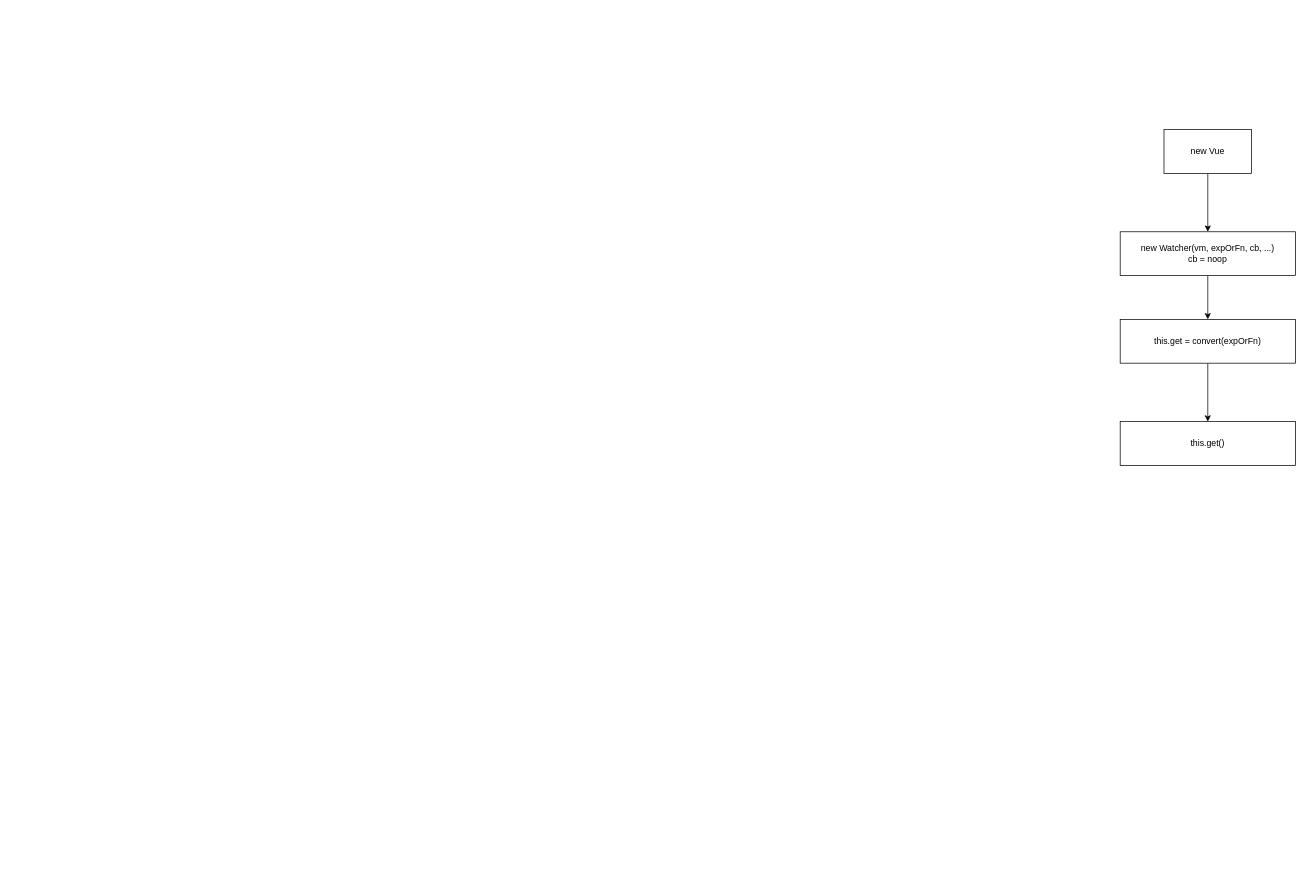
Before: assets/vue/watch相关相应分析.drawio in FoxDaxian/FoxDaxian.github.io, a draw.io diagram. Source tidied: cells renumbered, new cells numbered last; positions are measured from the earlier drawing's top-left corner, leaving out a move shared by most shapes. Both pictures are drawn from the tidied source at 73%, with x=0, y=0 at pixel (1120, 129).
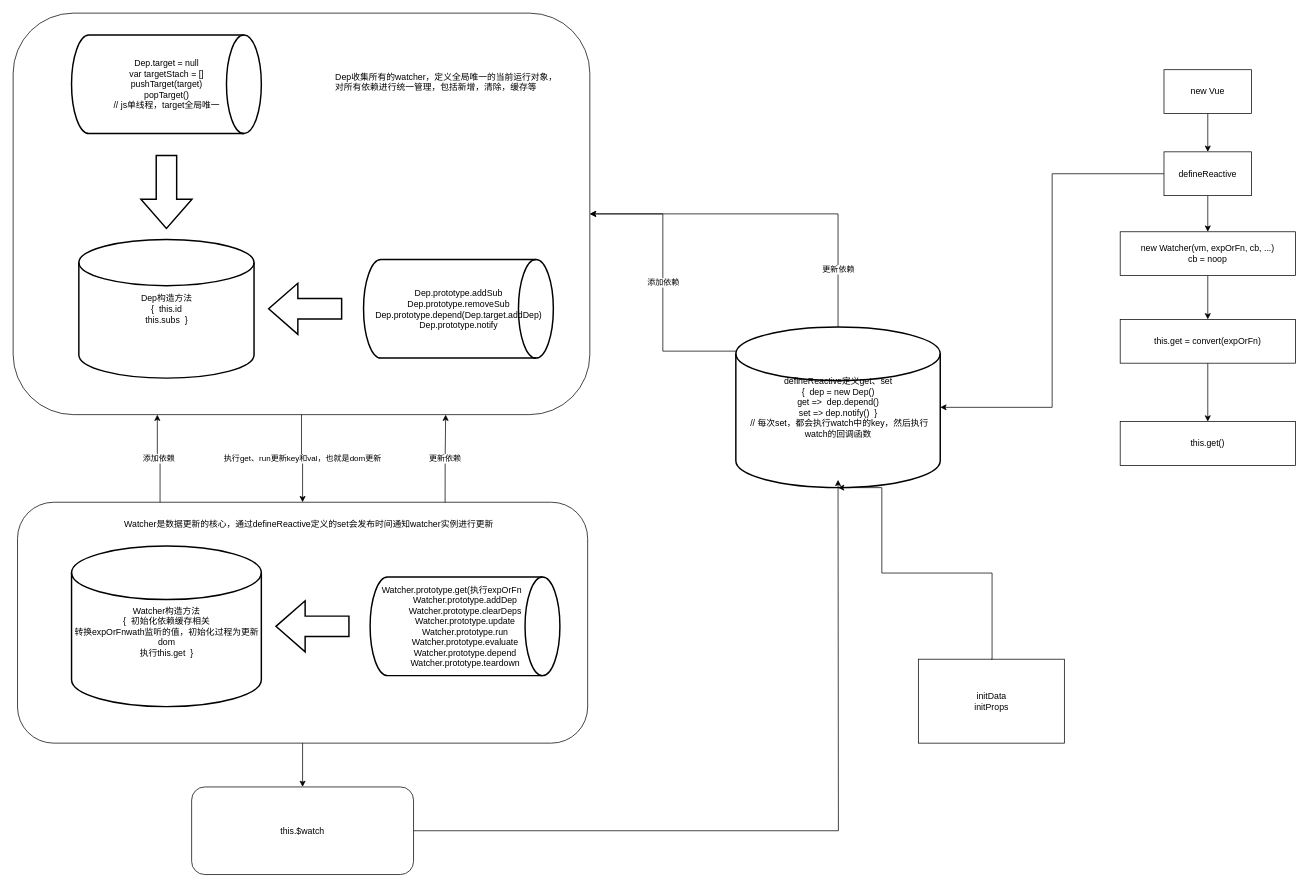
The same page after the edit.

Commit message:
Update watch相关相应分析.drawio

The change refers to these unchanged cells:
```xml
<mxCell id="5" value="new Watcher(vm, expOrFn, cb, ...)&lt;br&gt;cb = noop&lt;br&gt;" style="rounded=0;whiteSpace=wrap;html=1;" parent="1" vertex="1">
  <mxGeometry y="140" width="240" height="60" as="geometry" />
</mxCell>
```

Change to the diagram source:
```diff
@@
-    <mxCell id="2" style="edgeStyle=orthogonalEdgeStyle;rounded=0;jettySize=auto;html=1;" parent="1" edge="1" source="3" target="5">
-      <mxGeometry relative="1" as="geometry" />
-    </mxCell>
+    <mxCell id="9" style="edgeStyle=orthogonalEdgeStyle;rounded=0;jettySize=auto;html=1;exitX=0.5;exitY=1;exitDx=0;exitDy=0;entryX=0.5;entryY=0;entryDx=0;entryDy=0;" parent="1" edge="1" source="3" target="33">
+      <mxGeometry relative="1" as="geometry" />
+    </mxCell>
     <mxCell id="3" value="new Vue" style="rounded=0;whiteSpace=wrap;html=1;" parent="1" vertex="1">
-      <mxGeometry x="60" width="120" height="60" as="geometry" />
+      <mxGeometry x="60" y="-82" width="120" height="60" as="geometry" />
     </mxCell>
@@
+    <mxCell id="10" value="Dep构造方法&lt;br&gt;{&amp;nbsp; this.id&lt;br&gt;this.subs&amp;nbsp; }&lt;br&gt;" style="strokeWidth=2;html=1;shape=mxgraph.flowchart.database;whiteSpace=wrap;" parent="1" vertex="1">
+      <mxGeometry x="-1426.5" y="150.5" width="240" height="190" as="geometry" />
+    </mxCell>
+    <mxCell id="11" style="verticalLabelPosition=bottom;verticalAlign=top;html=1;strokeWidth=2;shape=mxgraph.arrows2.arrow;dy=0.6;dx=40;notch=0;rotation=180;" parent="1" vertex="1">
+      <mxGeometry x="-1166.5" y="210.5" width="100" height="70" as="geometry" />
+    </mxCell>
+    <mxCell id="12" value="Dep.prototype.addSub&lt;br&gt;Dep.prototype.removeSub&lt;br&gt;Dep.prototype.depend(Dep.target.addDep)&lt;br&gt;Dep.prototype.notify&lt;br&gt;" style="strokeWidth=2;html=1;shape=mxgraph.flowchart.direct_data;whiteSpace=wrap;" parent="1" vertex="1">
+      <mxGeometry x="-1036.5" y="178" width="260" height="135" as="geometry" />
+    </mxCell>
+    <mxCell id="13" style="verticalLabelPosition=bottom;verticalAlign=top;html=1;strokeWidth=2;shape=mxgraph.arrows2.arrow;dy=0.6;dx=40;notch=0;rotation=90;" parent="1" vertex="1">
+      <mxGeometry x="-1356.5" y="50.5" width="100" height="70" as="geometry" />
+    </mxCell>
+    <mxCell id="14" value="Dep.target = null&lt;br&gt;var targetStach = []&lt;br&gt;pushTarget(target)&lt;br&gt;popTarget()&lt;br&gt;// js单线程，target全局唯一&lt;br&gt;" style="strokeWidth=2;html=1;shape=mxgraph.flowchart.direct_data;whiteSpace=wrap;" parent="1" vertex="1">
+      <mxGeometry x="-1436.5" y="-129.5" width="260" height="135" as="geometry" />
+    </mxCell>
+    <mxCell id="15" value="&lt;br&gt;&lt;br&gt;Watcher构造方法&lt;br&gt;{&amp;nbsp; 初始化依赖缓存相关&lt;br&gt;转换expOrFnwath监听的值，初始化过程为更新dom&lt;br&gt;执行this.get&amp;nbsp; }&lt;br&gt;&lt;br&gt;" style="strokeWidth=2;html=1;shape=mxgraph.flowchart.database;whiteSpace=wrap;" parent="1" vertex="1">
+      <mxGeometry x="-1436.5" y="570.5" width="260" height="220" as="geometry" />
+    </mxCell>
+    <mxCell id="16" value="Watcher.prototype.get(执行expOrFn&amp;nbsp; &amp;nbsp; &amp;nbsp; &amp;nbsp; &amp;nbsp; &amp;nbsp;&lt;br&gt;Watcher.prototype.addDep&lt;br&gt;Watcher.prototype.clearDeps&lt;br&gt;Watcher.prototype.update&lt;br&gt;Watcher.prototype.run&lt;br&gt;Watcher.prototype.evaluate&lt;br&gt;Watcher.prototype.depend&lt;br&gt;Watcher.prototype.teardown&lt;br&gt;" style="strokeWidth=2;html=1;shape=mxgraph.flowchart.direct_data;whiteSpace=wrap;" parent="1" vertex="1">
+      <mxGeometry x="-1027.5" y="613" width="260" height="135" as="geometry" />
+    </mxCell>
+    <mxCell id="17" style="verticalLabelPosition=bottom;verticalAlign=top;html=1;strokeWidth=2;shape=mxgraph.arrows2.arrow;dy=0.6;dx=40;notch=0;rotation=180;" parent="1" vertex="1">
+      <mxGeometry x="-1156.5" y="645.5" width="100" height="70" as="geometry" />
+    </mxCell>
+    <mxCell id="18" value="执行get、run更新key和val，也就是dom更新" style="edgeStyle=orthogonalEdgeStyle;rounded=0;jettySize=auto;html=1;exitX=0.5;exitY=1;exitDx=0;exitDy=0;entryX=0.5;entryY=0;entryDx=0;entryDy=0;" parent="1" edge="1" source="19" target="24">
+      <mxGeometry relative="1" as="geometry" />
+    </mxCell>
+    <mxCell id="19" style="rounded=1;whiteSpace=wrap;html=1;fillColor=none;" parent="1" vertex="1">
+      <mxGeometry x="-1516.5" y="-159.5" width="790" height="550" as="geometry" />
+    </mxCell>
+    <mxCell id="20" value="Dep收集所有的watcher，定义全局唯一的当前运行对象，&lt;br&gt;对所有依赖进行统一管理，包括新增，清除，缓存等&lt;br&gt;" style="text;html=1;align=left;verticalAlign=top;spacingTop=-4;" parent="1" vertex="1">
+      <mxGeometry x="-1077.5" y="-82" width="320" height="30" as="geometry" />
+    </mxCell>
+    <mxCell id="21" value="添加依赖" style="edgeStyle=orthogonalEdgeStyle;rounded=0;jettySize=auto;html=1;exitX=0.25;exitY=0;exitDx=0;exitDy=0;entryX=0.25;entryY=1;entryDx=0;entryDy=0;" parent="1" edge="1" source="24" target="19">
+      <mxGeometry relative="1" as="geometry" />
+    </mxCell>
+    <mxCell id="22" value="更新依赖&lt;br&gt;" style="edgeStyle=orthogonalEdgeStyle;rounded=0;jettySize=auto;html=1;exitX=0.75;exitY=0;exitDx=0;exitDy=0;entryX=0.75;entryY=1;entryDx=0;entryDy=0;" parent="1" edge="1" source="24" target="19">
+      <mxGeometry relative="1" as="geometry" />
+    </mxCell>
+    <mxCell id="23" style="edgeStyle=orthogonalEdgeStyle;rounded=0;jettySize=auto;html=1;" parent="1" edge="1" source="24" target="26">
+      <mxGeometry relative="1" as="geometry" />
+    </mxCell>
+    <mxCell id="24" style="rounded=1;whiteSpace=wrap;html=1;fillColor=none;" parent="1" vertex="1">
+      <mxGeometry x="-1510.5" y="510.5" width="781" height="330" as="geometry" />
+    </mxCell>
+    <mxCell id="25" style="edgeStyle=orthogonalEdgeStyle;rounded=0;jettySize=auto;html=1;exitX=1;exitY=0.5;exitDx=0;exitDy=0;" parent="1" edge="1" source="26">
+      <mxGeometry relative="1" as="geometry">
+        <mxPoint x="-386.5" y="479.8" as="targetPoint" />
+      </mxGeometry>
+    </mxCell>
+    <mxCell id="26" value="this.$watch&lt;br&gt;" style="rounded=1;whiteSpace=wrap;html=1;fillColor=none;" parent="1" vertex="1">
+      <mxGeometry x="-1272" y="900.5" width="304" height="120" as="geometry" />
+    </mxCell>
+    <mxCell id="27" value="Watcher是数据更新的核心，通过defineReactive定义的set会发布时间通知watcher实例进行更新" style="text;html=1;align=left;verticalAlign=top;spacingTop=-4;" parent="1" vertex="1">
+      <mxGeometry x="-1366.5" y="530.5" width="520" height="20" as="geometry" />
+    </mxCell>
+    <mxCell id="28" value="添加依赖" style="edgeStyle=orthogonalEdgeStyle;rounded=0;jettySize=auto;html=1;exitX=0;exitY=0.15;exitDx=0;exitDy=0;exitPerimeter=0;entryX=1;entryY=0.5;entryDx=0;entryDy=0;" parent="1" edge="1" source="30" target="19">
+      <mxGeometry relative="1" as="geometry" />
+    </mxCell>
+    <mxCell id="29" value="更新依赖" style="edgeStyle=orthogonalEdgeStyle;rounded=0;jettySize=auto;html=1;exitX=0.5;exitY=0;exitDx=0;exitDy=0;exitPerimeter=0;entryX=1;entryY=0.5;entryDx=0;entryDy=0;" parent="1" edge="1" source="30" target="19">
+      <mxGeometry x="-0.68" relative="1" as="geometry" />
+    </mxCell>
+    <mxCell id="30" value="defineReactive定义get、set&lt;br&gt;{&amp;nbsp; dep = new Dep()&lt;br&gt;get =&amp;gt;&amp;nbsp; dep.depend()&lt;br&gt;set =&amp;gt; dep.notify()&amp;nbsp; }&lt;br&gt;&amp;nbsp;// 每次set，都会执行watch中的key，然后执行watch的回调函数&lt;br&gt;" style="strokeWidth=2;html=1;shape=mxgraph.flowchart.database;whiteSpace=wrap;fillColor=none;" parent="1" vertex="1">
+      <mxGeometry x="-526.5" y="270.5" width="280" height="220" as="geometry" />
+    </mxCell>
+    <mxCell id="31" style="edgeStyle=orthogonalEdgeStyle;rounded=0;jettySize=auto;html=1;exitX=0.5;exitY=1;exitDx=0;exitDy=0;entryX=0.5;entryY=0;entryDx=0;entryDy=0;" parent="1" edge="1" source="33" target="5">
+      <mxGeometry relative="1" as="geometry" />
+    </mxCell>
+    <mxCell id="32" style="edgeStyle=orthogonalEdgeStyle;rounded=0;jettySize=auto;html=1;exitX=0;exitY=0.5;exitDx=0;exitDy=0;entryX=1;entryY=0.5;entryDx=0;entryDy=0;entryPerimeter=0;" parent="1" edge="1" source="33" target="30">
+      <mxGeometry relative="1" as="geometry" />
+    </mxCell>
+    <mxCell id="33" value="defineReactive" style="rounded=0;whiteSpace=wrap;html=1;" parent="1" vertex="1">
+      <mxGeometry x="60" y="30.5" width="120" height="60" as="geometry" />
+    </mxCell>
+    <mxCell id="34" style="edgeStyle=orthogonalEdgeStyle;rounded=0;jettySize=auto;html=1;exitX=0.5;exitY=0;exitDx=0;exitDy=0;entryX=0.5;entryY=1;entryDx=0;entryDy=0;entryPerimeter=0;" parent="1" edge="1" source="35" target="30">
+      <mxGeometry relative="1" as="geometry">
+        <Array as="points">
+          <mxPoint x="-175.5" y="607.5" />
+          <mxPoint x="-326.5" y="607.5" />
+          <mxPoint x="-326.5" y="490.5" />
+        </Array>
+      </mxGeometry>
+    </mxCell>
+    <mxCell id="35" value="initData&lt;br&gt;initProps&lt;br&gt;" style="rounded=0;whiteSpace=wrap;html=1;fillColor=none;" parent="1" vertex="1">
+      <mxGeometry x="-276.5" y="725.5" width="200" height="115" as="geometry" />
+    </mxCell>
```
